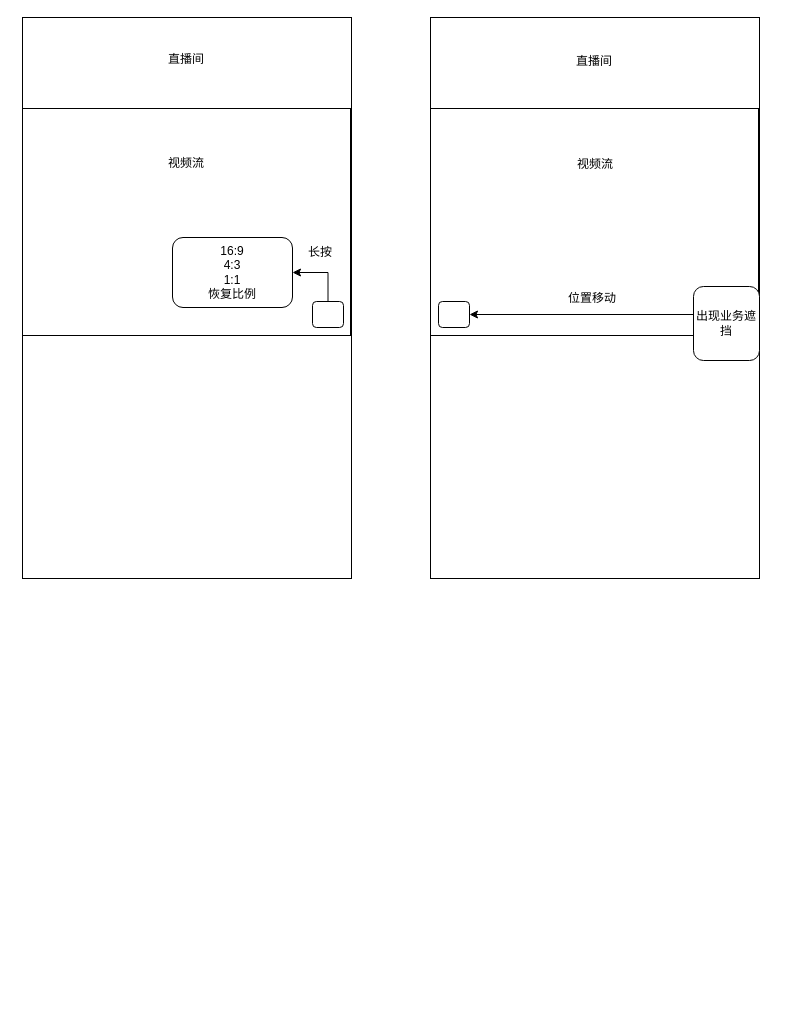
cangwang/news keeps this draw.io diagram as page "Page-1" (1 of 2) of 快捷切换直播间比例.drawio. Above is the earlier version. Source tidied: cells renumbered, new cells numbered last; positions are measured from the earlier drawing's top-left corner, leaving out a move shared by most shapes. Both pictures are drawn from the tidied source at 100%, with x=0, y=0 at pixel (22, 17).
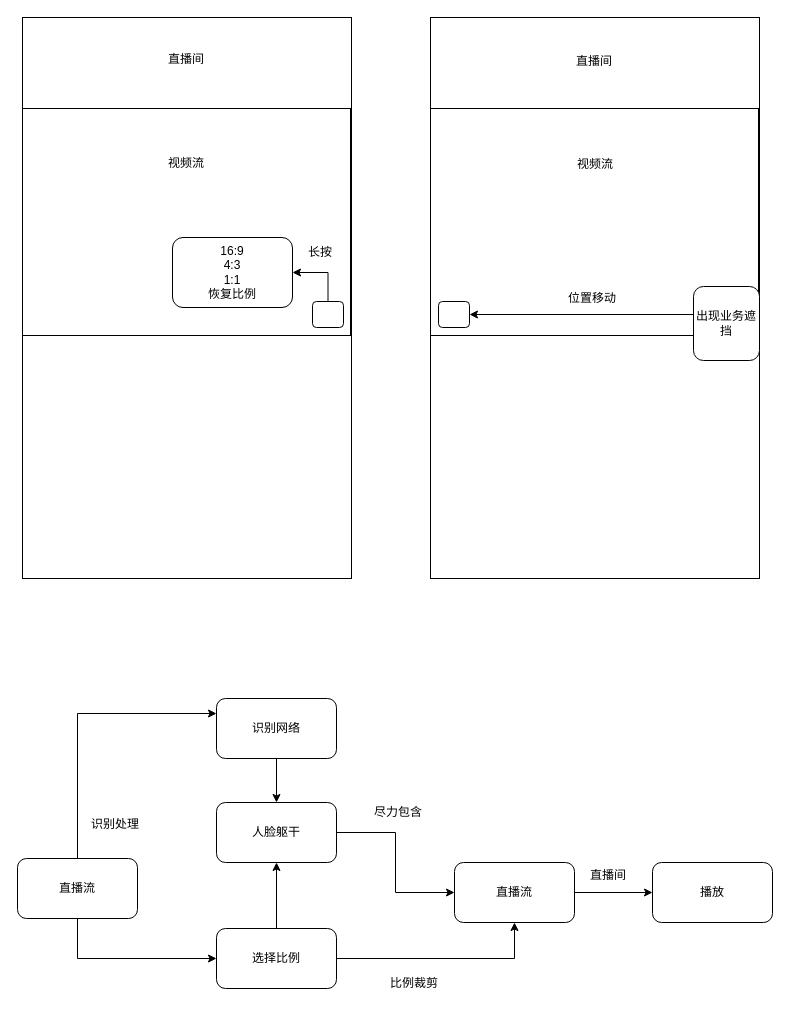
The same diagram, later.

Commit message (it also covers changes not shown here):
Update 快捷切换直播间比例.drawio

Diff of the diagram source:
```diff
@@
+    <mxCell id="19" style="edgeStyle=orthogonalEdgeStyle;rounded=0;jettySize=auto;html=1;exitX=0.5;exitY=0;exitDx=0;exitDy=0;" parent="1" edge="1" source="21" target="25">
+      <mxGeometry relative="1" as="geometry" />
+    </mxCell>
+    <mxCell id="20" style="edgeStyle=orthogonalEdgeStyle;rounded=0;jettySize=auto;html=1;exitX=1;exitY=0.5;exitDx=0;exitDy=0;" parent="1" edge="1" source="21" target="30">
+      <mxGeometry relative="1" as="geometry" />
+    </mxCell>
+    <mxCell id="21" value="选择比例" style="rounded=1;whiteSpace=wrap;html=1;" parent="1" vertex="1">
+      <mxGeometry x="194" y="911" width="120" height="60" as="geometry" />
+    </mxCell>
+    <mxCell id="22" style="edgeStyle=orthogonalEdgeStyle;rounded=0;jettySize=auto;html=1;exitX=0.5;exitY=1;exitDx=0;exitDy=0;entryX=0.5;entryY=0;entryDx=0;entryDy=0;" parent="1" edge="1" source="23" target="25">
+      <mxGeometry relative="1" as="geometry" />
+    </mxCell>
+    <mxCell id="23" value="识别网络" style="rounded=1;whiteSpace=wrap;html=1;" parent="1" vertex="1">
+      <mxGeometry x="194" y="681" width="120" height="60" as="geometry" />
+    </mxCell>
+    <mxCell id="24" style="edgeStyle=orthogonalEdgeStyle;rounded=0;jettySize=auto;html=1;exitX=1;exitY=0.5;exitDx=0;exitDy=0;entryX=0;entryY=0.5;entryDx=0;entryDy=0;" parent="1" edge="1" source="25" target="30">
+      <mxGeometry relative="1" as="geometry" />
+    </mxCell>
+    <mxCell id="25" value="人脸躯干" style="rounded=1;whiteSpace=wrap;html=1;" parent="1" vertex="1">
+      <mxGeometry x="194" y="785" width="120" height="60" as="geometry" />
+    </mxCell>
+    <mxCell id="26" style="edgeStyle=orthogonalEdgeStyle;rounded=0;jettySize=auto;html=1;exitX=0.5;exitY=0;exitDx=0;exitDy=0;entryX=0;entryY=0.25;entryDx=0;entryDy=0;" parent="1" edge="1" source="28" target="23">
+      <mxGeometry relative="1" as="geometry" />
+    </mxCell>
+    <mxCell id="27" style="edgeStyle=orthogonalEdgeStyle;rounded=0;jettySize=auto;html=1;exitX=0.5;exitY=1;exitDx=0;exitDy=0;entryX=0;entryY=0.5;entryDx=0;entryDy=0;" parent="1" edge="1" source="28" target="21">
+      <mxGeometry relative="1" as="geometry" />
+    </mxCell>
+    <mxCell id="28" value="直播流" style="rounded=1;whiteSpace=wrap;html=1;" parent="1" vertex="1">
+      <mxGeometry x="-5" y="841" width="120" height="60" as="geometry" />
+    </mxCell>
+    <mxCell id="29" style="edgeStyle=orthogonalEdgeStyle;rounded=0;jettySize=auto;html=1;exitX=1;exitY=0.5;exitDx=0;exitDy=0;" parent="1" edge="1" source="30" target="33">
+      <mxGeometry relative="1" as="geometry" />
+    </mxCell>
+    <mxCell id="30" value="直播流" style="rounded=1;whiteSpace=wrap;html=1;" parent="1" vertex="1">
+      <mxGeometry x="432" y="845" width="120" height="60" as="geometry" />
+    </mxCell>
+    <mxCell id="31" value="尽力包含" style="text;html=1;strokeColor=none;fillColor=none;align=center;verticalAlign=middle;whiteSpace=wrap;rounded=0;" parent="1" vertex="1">
+      <mxGeometry x="346" y="780" width="60" height="30" as="geometry" />
+    </mxCell>
+    <mxCell id="32" value="比例裁剪" style="text;html=1;strokeColor=none;fillColor=none;align=center;verticalAlign=middle;whiteSpace=wrap;rounded=0;" parent="1" vertex="1">
+      <mxGeometry x="362" y="951" width="60" height="30" as="geometry" />
+    </mxCell>
+    <mxCell id="33" value="播放" style="rounded=1;whiteSpace=wrap;html=1;" parent="1" vertex="1">
+      <mxGeometry x="630" y="845" width="120" height="60" as="geometry" />
+    </mxCell>
+    <mxCell id="34" value="直播间" style="text;html=1;strokeColor=none;fillColor=none;align=center;verticalAlign=middle;whiteSpace=wrap;rounded=0;" parent="1" vertex="1">
+      <mxGeometry x="556" y="843" width="60" height="30" as="geometry" />
+    </mxCell>
+    <mxCell id="35" value="识别处理" style="text;html=1;strokeColor=none;fillColor=none;align=center;verticalAlign=middle;whiteSpace=wrap;rounded=0;" parent="1" vertex="1">
+      <mxGeometry x="63" y="792" width="60" height="30" as="geometry" />
+    </mxCell>
```
